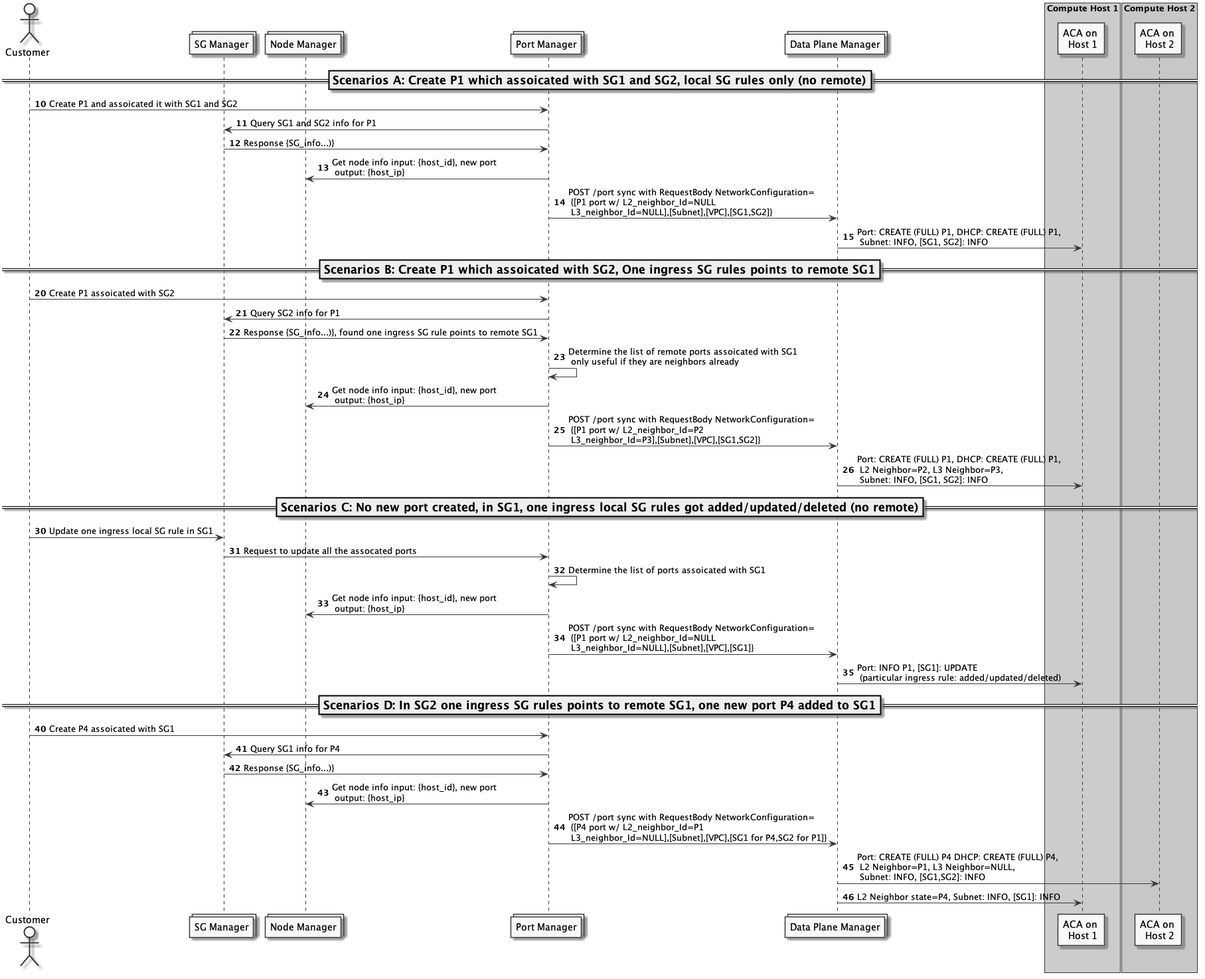
The PlantUML diagram docs/modules/ROOT/images/security_group_workflow.png in futurewei-cloud/alcor, before a commit. Its diagram source:
```plantuml
@startuml

skinparam monochrome true

actor "Customer"
collections "SG Manager"
collections "Node Manager"
collections "Port Manager"
collections "Data Plane Manager"

box "Compute Host 1" #LightBlue
participant "ACA on \n Host 1"
end box

box "Compute Host 2" #LightGreen
participant "ACA on \n Host 2"
end box

===Scenarios A: Create P1 which assoicated with SG1 and SG2, local SG rules only (no remote)==

autonumber 10
"Customer" -> "Port Manager": Create P1 and assoicated it with SG1 and SG2
"Port Manager" -> "SG Manager": Query SG1 and SG2 info for P1
"SG Manager" -> "Port Manager": Response {SG_info...)}
"Port Manager" -> "Node Manager": Get node info input: {host_id}, new port\n output: {host_ip}
"Port Manager" -> "Data Plane Manager": POST /port sync with RequestBody NetworkConfiguration=\n {[P1 port w/ L2_neighbor_Id=NULL \n L3_neighbor_Id=NULL],[Subnet],[VPC],[SG1,SG2]}
"Data Plane Manager" -> "ACA on \n Host 1": Port: CREATE (FULL) P1, DHCP: CREATE (FULL) P1,\n Subnet: INFO, [SG1, SG2]: INFO

===Scenarios B: Create P1 which assoicated with SG2, One ingress SG rules points to remote SG1==

autonumber 20
"Customer" -> "Port Manager": Create P1 assoicated with SG2
"Port Manager" -> "SG Manager": Query SG2 info for P1
"SG Manager" -> "Port Manager": Response {SG_info...)}, found one ingress SG rule points to remote SG1
"Port Manager" -> "Port Manager": Determine the list of remote ports assoicated with SG1\n only useful if they are neighbors already
"Port Manager" -> "Node Manager": Get node info input: {host_id}, new port\n output: {host_ip}
"Port Manager" -> "Data Plane Manager": POST /port sync with RequestBody NetworkConfiguration=\n {[P1 port w/ L2_neighbor_Id=P2 \n L3_neighbor_Id=P3],[Subnet],[VPC],[SG1,SG2]}
"Data Plane Manager" -> "ACA on \n Host 1": Port: CREATE (FULL) P1, DHCP: CREATE (FULL) P1,\n L2 Neighbor=P2, L3 Neighbor=P3,\n Subnet: INFO, [SG1, SG2]: INFO

===Scenarios C: No new port created, in SG1, one ingress local SG rules got added/updated/deleted (no remote)==

autonumber 30
"Customer" -> "SG Manager": Update one ingress local SG rule in SG1
"SG Manager" -> "Port Manager": Request to update all the assocated ports
"Port Manager" -> "Port Manager": Determine the list of ports assoicated with SG1
"Port Manager" -> "Node Manager": Get node info input: {host_id}, new port\n output: {host_ip}
"Port Manager" -> "Data Plane Manager": POST /port sync with RequestBody NetworkConfiguration=\n {[P1 port w/ L2_neighbor_Id=NULL \n L3_neighbor_Id=NULL],[Subnet],[VPC],[SG1]}
"Data Plane Manager" -> "ACA on \n Host 1": Port: INFO P1, [SG1]: UPDATE\n (particular ingress rule: added/updated/deleted)

===Scenarios D: In SG2 one ingress SG rules points to remote SG1, one new port P4 added to SG1==

autonumber 40
"Customer" -> "Port Manager": Create P4 assoicated with SG1
"Port Manager" -> "SG Manager": Query SG1 info for P4
"SG Manager" -> "Port Manager": Response {SG_info...)}
"Port Manager" -> "Node Manager": Get node info input: {host_id}, new port\n output: {host_ip}
"Port Manager" -> "Data Plane Manager": POST /port sync with RequestBody NetworkConfiguration=\n {[P4 port w/ L2_neighbor_Id=P1 \n L3_neighbor_Id=NULL],[Subnet],[VPC],[SG1 for P4,SG2 for P1]}
"Data Plane Manager" -> "ACA on \n Host 2": Port: CREATE (FULL) P4 DHCP: CREATE (FULL) P4,\n L2 Neighbor=P1, L3 Neighbor=NULL,\n Subnet: INFO, [SG1,SG2]: INFO
"Data Plane Manager" -> "ACA on \n Host 1": L2 Neighbor state=P4, Subnet: INFO, [SG1]: INFO

@enduml
```
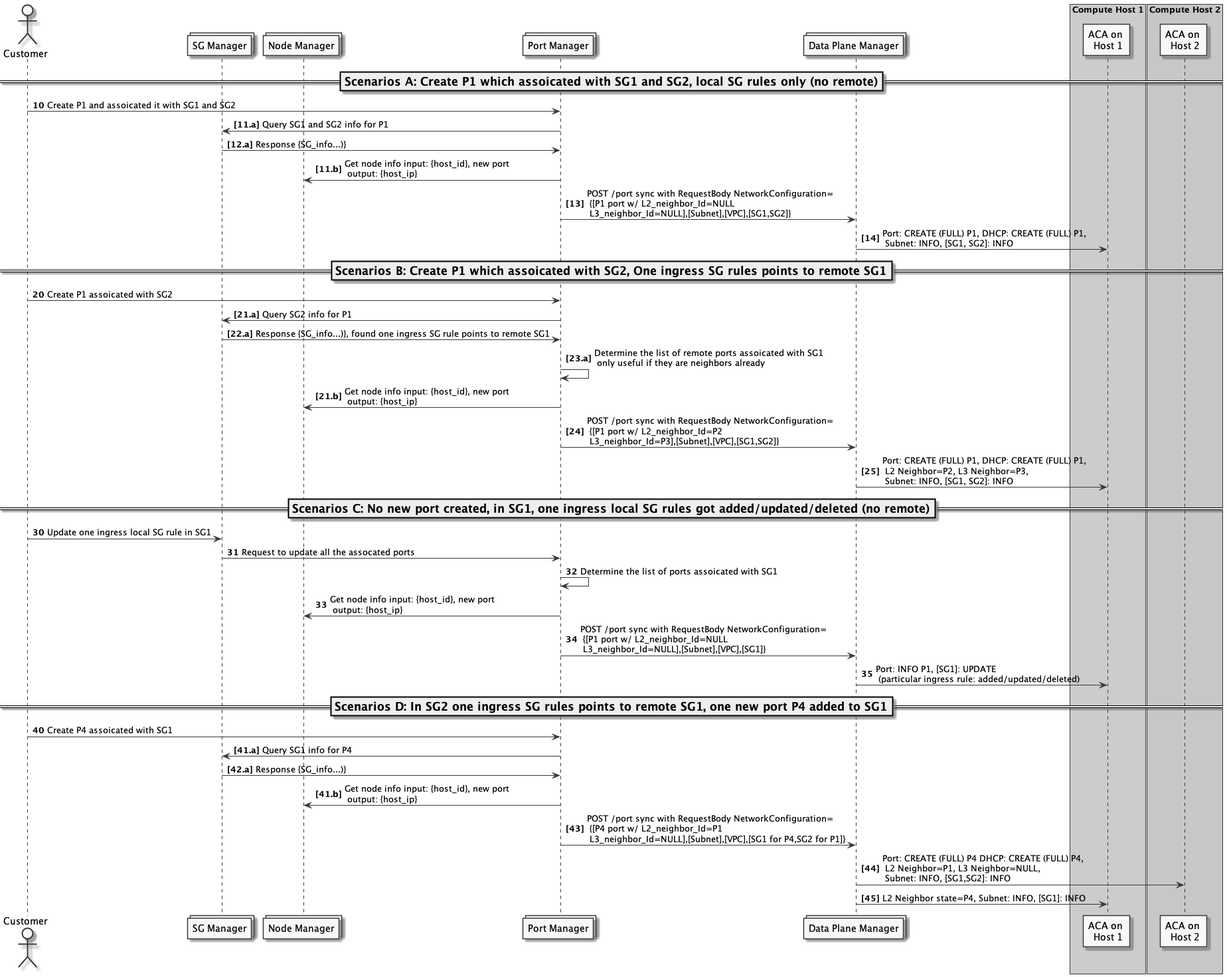
Later version of the same file.

What changed in the source:
```diff
@@ -20,9 +20,12 @@
 
 autonumber 10
 "Customer" -> "Port Manager": Create P1 and assoicated it with SG1 and SG2
+autonumber 11 "<b>[0.a]"
 "Port Manager" -> "SG Manager": Query SG1 and SG2 info for P1
 "SG Manager" -> "Port Manager": Response {SG_info...)}
+autonumber 11 "<b>[0.b]"
 "Port Manager" -> "Node Manager": Get node info input: {host_id}, new port\n output: {host_ip}
+autonumber 13 "<b>[0]"
 "Port Manager" -> "Data Plane Manager": POST /port sync with RequestBody NetworkConfiguration=\n {[P1 port w/ L2_neighbor_Id=NULL \n L3_neighbor_Id=NULL],[Subnet],[VPC],[SG1,SG2]}
 "Data Plane Manager" -> "ACA on \n Host 1": Port: CREATE (FULL) P1, DHCP: CREATE (FULL) P1,\n Subnet: INFO, [SG1, SG2]: INFO
 
@@ -30,10 +33,13 @@
 
 autonumber 20
 "Customer" -> "Port Manager": Create P1 assoicated with SG2
+autonumber 21 "<b>[0.a]"
 "Port Manager" -> "SG Manager": Query SG2 info for P1
 "SG Manager" -> "Port Manager": Response {SG_info...)}, found one ingress SG rule points to remote SG1
 "Port Manager" -> "Port Manager": Determine the list of remote ports assoicated with SG1\n only useful if they are neighbors already
+autonumber 21 "<b>[0.b]"
 "Port Manager" -> "Node Manager": Get node info input: {host_id}, new port\n output: {host_ip}
+autonumber 24 "<b>[0]"
 "Port Manager" -> "Data Plane Manager": POST /port sync with RequestBody NetworkConfiguration=\n {[P1 port w/ L2_neighbor_Id=P2 \n L3_neighbor_Id=P3],[Subnet],[VPC],[SG1,SG2]}
 "Data Plane Manager" -> "ACA on \n Host 1": Port: CREATE (FULL) P1, DHCP: CREATE (FULL) P1,\n L2 Neighbor=P2, L3 Neighbor=P3,\n Subnet: INFO, [SG1, SG2]: INFO
 
@@ -51,9 +57,12 @@
 
 autonumber 40
 "Customer" -> "Port Manager": Create P4 assoicated with SG1
+autonumber 41 "<b>[0.a]"
 "Port Manager" -> "SG Manager": Query SG1 info for P4
 "SG Manager" -> "Port Manager": Response {SG_info...)}
+autonumber 41 "<b>[0.b]"
 "Port Manager" -> "Node Manager": Get node info input: {host_id}, new port\n output: {host_ip}
+autonumber 43 "<b>[0]"
 "Port Manager" -> "Data Plane Manager": POST /port sync with RequestBody NetworkConfiguration=\n {[P4 port w/ L2_neighbor_Id=P1 \n L3_neighbor_Id=NULL],[Subnet],[VPC],[SG1 for P4,SG2 for P1]}
 "Data Plane Manager" -> "ACA on \n Host 2": Port: CREATE (FULL) P4 DHCP: CREATE (FULL) P4,\n L2 Neighbor=P1, L3 Neighbor=NULL,\n Subnet: INFO, [SG1,SG2]: INFO
 "Data Plane Manager" -> "ACA on \n Host 1": L2 Neighbor state=P4, Subnet: INFO, [SG1]: INFO
```
